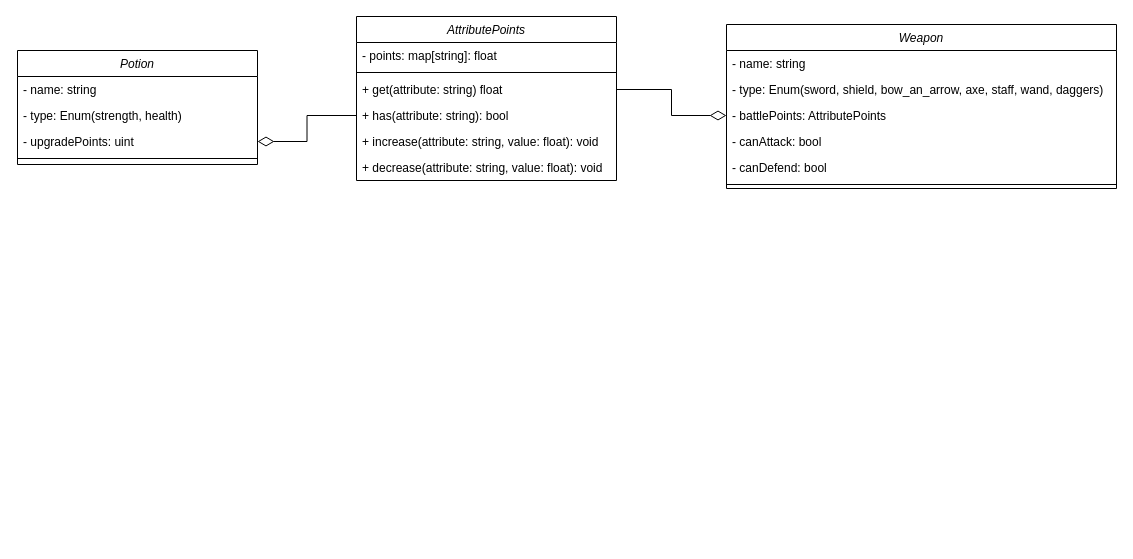
spanishGab/unind-game keeps this draw.io diagram as docs/classes-diagram.drawio. Above is the earlier version. Source tidied: cells renumbered, new cells numbered last; positions are measured from the earlier drawing's top-left corner, leaving out a move shared by most shapes. Both pictures are drawn from the tidied source at 100%, with x=0, y=0 at pixel (17, 16).
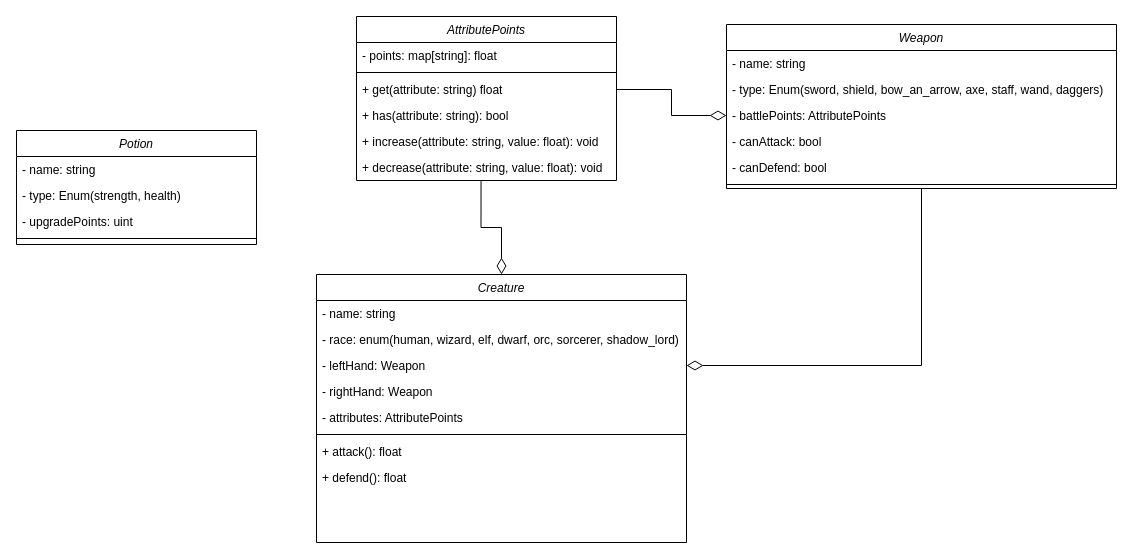
After the change.

Commit message:
feat: add the Creature class

The change refers to these unchanged cells:
```xml
<mxCell id="6" value="+ has(attribute: string): bool" style="text;align=left;verticalAlign=top;spacingLeft=4;spacingRight=4;overflow=hidden;points=[[0,0.5],[1,0.5]];portConstraint=eastwest;" parent="2" vertex="1">
  <mxGeometry y="86" width="260" height="26" as="geometry" />
</mxCell>
<mxCell id="8" value="+ decrease(attribute: string, value: float): void" style="text;align=left;verticalAlign=top;spacingLeft=4;spacingRight=4;overflow=hidden;points=[[0,0.5],[1,0.5]];portConstraint=eastwest;" parent="2" vertex="1">
  <mxGeometry y="138" width="260" height="26" as="geometry" />
</mxCell>
<mxCell id="9" value="Weapon" style="swimlane;fontStyle=2;align=center;verticalAlign=top;horizontal=1;startSize=26;rounded=0;shadow=0;strokeWidth=1;" parent="1" vertex="1">
  <mxGeometry x="709" y="8" width="390" height="164" as="geometry" />
</mxCell>
<mxCell id="20" value="- upgradePoints: uint" style="text;align=left;verticalAlign=top;spacingLeft=4;spacingRight=4;overflow=hidden;points=[[0,0.5],[1,0.5]];portConstraint=eastwest;" parent="17" vertex="1">
  <mxGeometry y="78" width="240" height="26" as="geometry" />
</mxCell>
```

What changed in the source:
```diff
@@
     <mxCell id="17" value="Potion" style="swimlane;fontStyle=2;align=center;verticalAlign=top;horizontal=1;startSize=26;rounded=0;shadow=0;strokeWidth=1;" parent="1" vertex="1">
-      <mxGeometry y="34" width="240" height="114" as="geometry" />
+      <mxGeometry x="-1" y="114" width="240" height="114" as="geometry" />
     </mxCell>
@@
-    <mxCell id="22" style="endArrow=none;html=1;endSize=12;startArrow=diamondThin;startSize=14;startFill=0;edgeStyle=orthogonalEdgeStyle;rounded=0;entryX=0;entryY=0.5;entryDx=0;entryDy=0;exitX=1;exitY=0.5;exitDx=0;exitDy=0;endFill=0;" parent="1" edge="1" source="20" target="6">
-      <mxGeometry relative="1" as="geometry" />
-    </mxCell>
+    <mxCell id="23" value="Creature" style="swimlane;fontStyle=2;align=center;verticalAlign=top;horizontal=1;startSize=26;rounded=0;shadow=0;strokeWidth=1;" parent="1" vertex="1">
+      <mxGeometry x="299" y="258" width="370" height="268" as="geometry" />
+    </mxCell>
+    <mxCell id="24" value="- name: string" style="text;align=left;verticalAlign=top;spacingLeft=4;spacingRight=4;overflow=hidden;" parent="23" vertex="1">
+      <mxGeometry y="26" width="370" height="26" as="geometry" />
+    </mxCell>
+    <mxCell id="25" value="- race: enum(human, wizard, elf, dwarf, orc, sorcerer, shadow_lord)" style="text;align=left;verticalAlign=top;spacingLeft=4;spacingRight=4;overflow=hidden;" parent="23" vertex="1">
+      <mxGeometry y="52" width="370" height="26" as="geometry" />
+    </mxCell>
+    <mxCell id="26" value="- leftHand: Weapon" style="text;align=left;verticalAlign=top;spacingLeft=4;spacingRight=4;overflow=hidden;points=[[0,0.5],[1,0.5]];portConstraint=eastwest;" parent="23" vertex="1">
+      <mxGeometry y="78" width="370" height="26" as="geometry" />
+    </mxCell>
+    <mxCell id="27" value="- rightHand: Weapon" style="text;align=left;verticalAlign=top;spacingLeft=4;spacingRight=4;overflow=hidden;" parent="23" vertex="1">
+      <mxGeometry y="104" width="370" height="26" as="geometry" />
+    </mxCell>
+    <mxCell id="28" value="- attributes: AttributePoints" style="text;align=left;verticalAlign=top;spacingLeft=4;spacingRight=4;overflow=hidden;" parent="23" vertex="1">
+      <mxGeometry y="130" width="370" height="26" as="geometry" />
+    </mxCell>
+    <mxCell id="29" style="line;html=1;strokeWidth=1;align=left;verticalAlign=middle;spacingTop=-1;spacingLeft=3;spacingRight=3;labelPosition=right;" parent="23" vertex="1">
+      <mxGeometry y="156" width="370" height="8" as="geometry" />
+    </mxCell>
+    <mxCell id="30" value="+ attack(): float" style="text;align=left;verticalAlign=top;spacingLeft=4;spacingRight=4;overflow=hidden;" parent="23" vertex="1">
+      <mxGeometry y="164" width="370" height="26" as="geometry" />
+    </mxCell>
+    <mxCell id="31" value="+ defend(): float" style="text;align=left;verticalAlign=top;spacingLeft=4;spacingRight=4;overflow=hidden;" parent="23" vertex="1">
+      <mxGeometry y="190" width="370" height="26" as="geometry" />
+    </mxCell>
+    <mxCell id="32" style="endArrow=none;html=1;endSize=12;startArrow=diamondThin;startSize=14;startFill=0;edgeStyle=orthogonalEdgeStyle;rounded=0;entryX=0.479;entryY=1.026;entryDx=0;entryDy=0;exitX=0.5;exitY=0;exitDx=0;exitDy=0;endFill=0;entryPerimeter=0;" parent="1" edge="1" source="23" target="8">
+      <mxGeometry relative="1" as="geometry" />
+    </mxCell>
+    <mxCell id="33" style="endArrow=none;html=1;endSize=12;startArrow=diamondThin;startSize=14;startFill=0;edgeStyle=orthogonalEdgeStyle;rounded=0;entryX=0.5;entryY=1;entryDx=0;entryDy=0;exitX=1;exitY=0.5;exitDx=0;exitDy=0;endFill=0;" parent="1" edge="1" source="26" target="9">
+      <mxGeometry relative="1" as="geometry" />
+    </mxCell>
```
